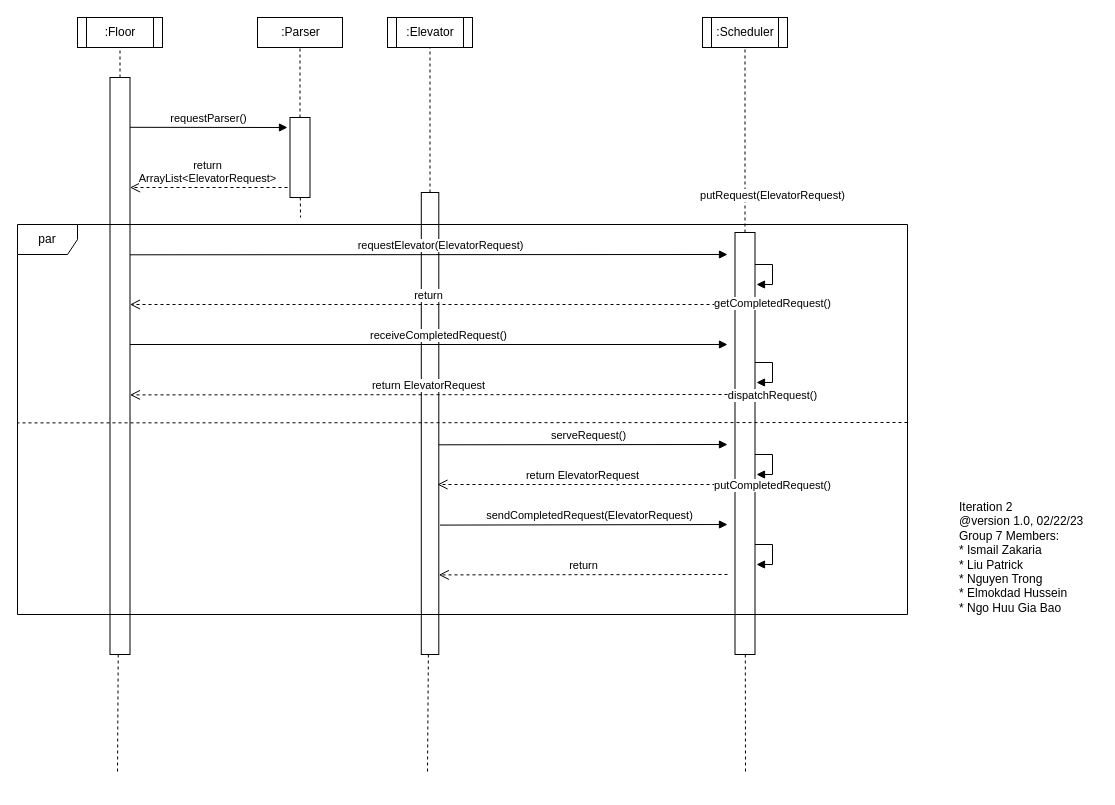
bobbyngo/Elevator-Control-System-And-Simulator keeps this draw.io diagram as page "sequence" (2 of 4) of documentation/P2-UML.drawio. Above is the earlier version. Source tidied: cells renumbered, new cells numbered last; positions are measured from the earlier drawing's top-left corner, leaving out a move shared by most shapes. Both pictures are drawn from the tidied source at 100%, with x=0, y=0 at pixel (17, 17).
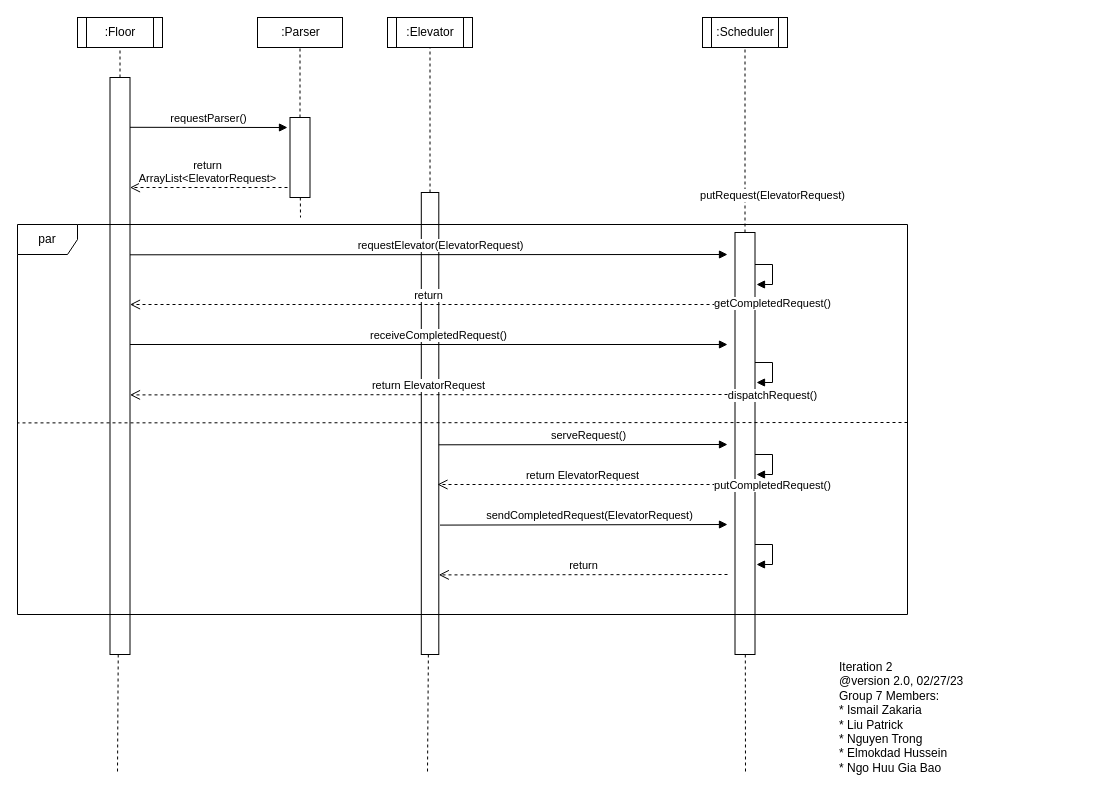
The same page after the edit.

The edit, as a diff of the source:
```diff
@@
-    <mxCell id="34" value="&lt;div&gt;Iteration 2&amp;nbsp;&lt;/div&gt;&lt;div&gt;@version 1.0, 02/22/23&lt;/div&gt;&lt;div&gt;Group 7 Members:&lt;/div&gt;&lt;div&gt;* Ismail Zakaria&lt;/div&gt;&lt;div&gt;* Liu Patrick&lt;/div&gt;&lt;div&gt;* Nguyen Trong&lt;/div&gt;&lt;div&gt;* Elmokdad Hussein&lt;/div&gt;&lt;div&gt;* Ngo Huu Gia Bao&lt;/div&gt;" style="text;html=1;strokeColor=none;fillColor=none;align=left;verticalAlign=middle;whiteSpace=wrap;rounded=0;" parent="1" vertex="1">
-      <mxGeometry x="940" y="470" width="140" height="140" as="geometry" />
+    <mxCell id="34" value="&lt;div&gt;Iteration 2&amp;nbsp;&lt;/div&gt;&lt;div&gt;@version 2.0, 02/27/23&lt;/div&gt;&lt;div&gt;Group 7 Members:&lt;/div&gt;&lt;div&gt;* Ismail Zakaria&lt;/div&gt;&lt;div&gt;* Liu Patrick&lt;/div&gt;&lt;div&gt;* Nguyen Trong&lt;/div&gt;&lt;div&gt;* Elmokdad Hussein&lt;/div&gt;&lt;div&gt;* Ngo Huu Gia Bao&lt;/div&gt;" style="text;html=1;strokeColor=none;fillColor=none;align=left;verticalAlign=middle;whiteSpace=wrap;rounded=0;" parent="1" vertex="1">
+      <mxGeometry x="820" y="630" width="140" height="140" as="geometry" />
     </mxCell>
```
